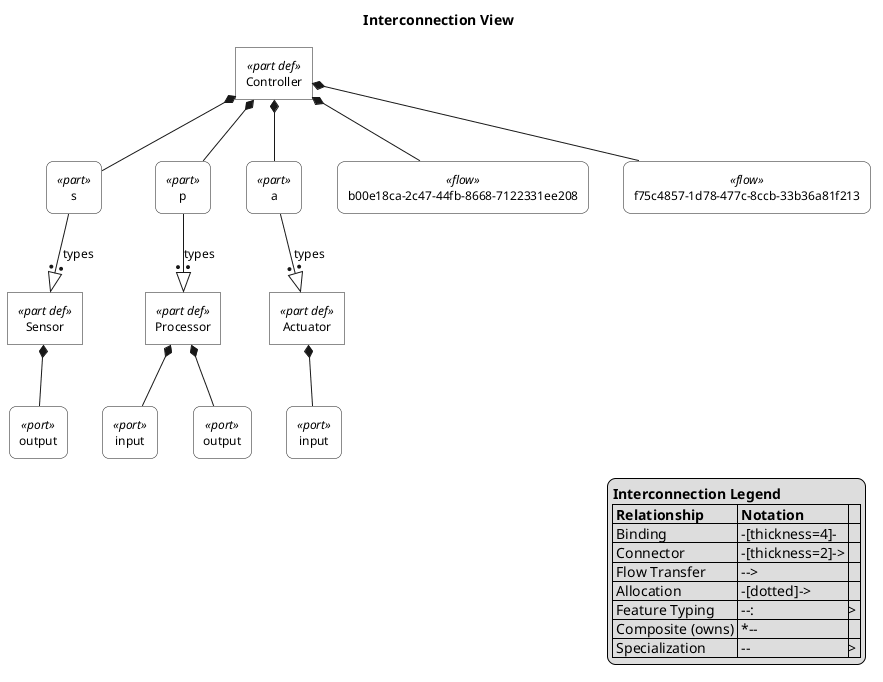
The PlantUML diagram docs/plantuml-examples/06-interconnection.png in mycr0ft/sysmlpy, before a commit.
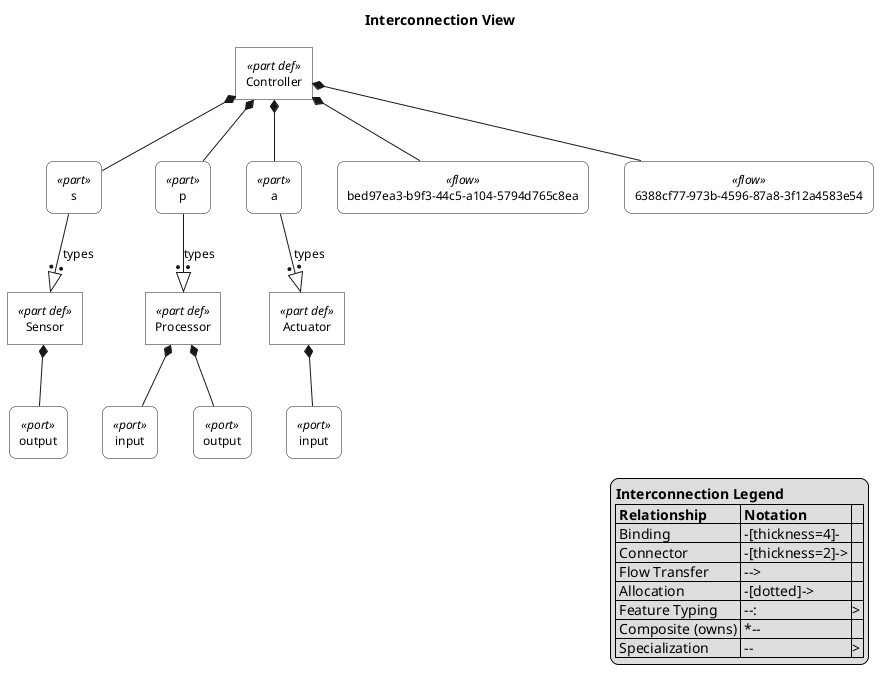
Above is the later version.

Diff of the diagram source:
```diff
@@ -79,8 +79,8 @@
 rectangle "s" as E9 <<part>>
 rectangle "p" as E10 <<part>>
 rectangle "a" as E11 <<part>>
-rectangle "b00e18ca-2c47-44fb-8668-7122331ee208" as E12 <<flow>>
-rectangle "f75c4857-1d78-477c-8ccb-33b36a81f213" as E13 <<flow>>
+rectangle "bed97ea3-b9f3-44c5-a104-5794d765c8ea" as E12 <<flow>>
+rectangle "6388cf77-973b-4596-87a8-3f12a4583e54" as E13 <<flow>>
 
 E1 *-- E2
 E3 *-- E4
```
